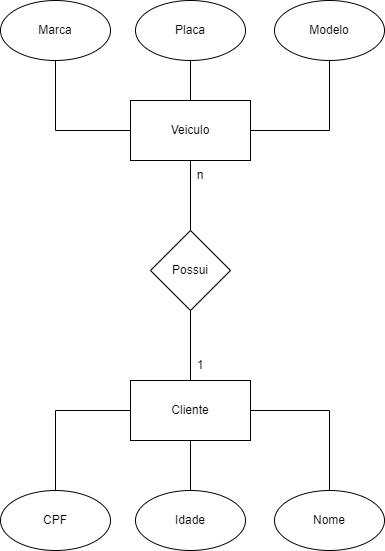
FernandinnnQ145/Segundo-Semestre-Senai keeps this draw.io diagram as sprint-Banco-De-Dados/Exercicio 1.0-1.6/Exercicio 1.2.drawio.png. Above is the earlier version. Source tidied: cells renumbered, new cells last; positions are measured from the earlier drawing's top-left corner, leaving out a move shared by most shapes.
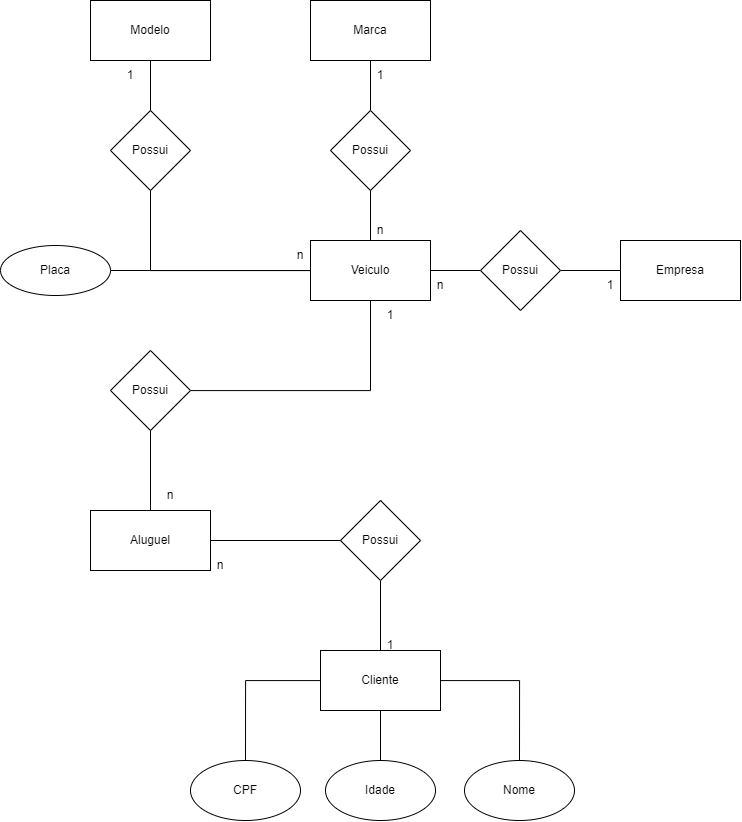
The same file after the commit.

Change to the diagram source:
```diff
@@ -2,15 +2,18 @@
   <root>
     <mxCell id="0" />
     <mxCell id="1" parent="0" />
+    <mxCell id="21" style="edgeStyle=orthogonalEdgeStyle;rounded=0;jettySize=auto;html=1;entryX=0;entryY=0.5;entryDx=0;entryDy=0;endArrow=none;endFill=0;" parent="1" edge="1" source="5" target="27">
+      <mxGeometry relative="1" as="geometry" />
+    </mxCell>
-    <mxCell id="2" style="edgeStyle=orthogonalEdgeStyle;rounded=0;jettySize=auto;html=1;entryX=0.5;entryY=1;entryDx=0;entryDy=0;endArrow=none;endFill=0;" parent="1" edge="1" source="5" target="15">
+    <mxCell id="2" style="edgeStyle=orthogonalEdgeStyle;rounded=0;jettySize=auto;html=1;entryX=1;entryY=0.5;entryDx=0;entryDy=0;endArrow=none;endFill=0;" parent="1" edge="1" source="5" target="15">
       <mxGeometry relative="1" as="geometry" />
     </mxCell>
-    <mxCell id="3" style="edgeStyle=orthogonalEdgeStyle;rounded=0;jettySize=auto;html=1;entryX=0.5;entryY=1;entryDx=0;entryDy=0;endArrow=none;endFill=0;" parent="1" edge="1" source="5" target="14">
-      <mxGeometry relative="1" as="geometry" />
-    </mxCell>
-    <mxCell id="4" style="edgeStyle=orthogonalEdgeStyle;rounded=0;jettySize=auto;html=1;entryX=0.5;entryY=1;entryDx=0;entryDy=0;endArrow=none;endFill=0;" parent="1" edge="1" source="5" target="13">
-      <mxGeometry relative="1" as="geometry" />
-    </mxCell>
+    <mxCell id="22" style="edgeStyle=orthogonalEdgeStyle;rounded=0;jettySize=auto;html=1;entryX=0.5;entryY=1;entryDx=0;entryDy=0;endArrow=none;endFill=0;" parent="1" edge="1" source="5" target="31">
+      <mxGeometry relative="1" as="geometry" />
+    </mxCell>
+    <mxCell id="23" style="edgeStyle=orthogonalEdgeStyle;rounded=0;jettySize=auto;html=1;entryX=0.5;entryY=1;entryDx=0;entryDy=0;endArrow=none;endFill=0;" parent="1" edge="1" source="5" target="29">
+      <mxGeometry relative="1" as="geometry" />
+    </mxCell>
     <mxCell id="5" value="Veiculo" style="rounded=0;whiteSpace=wrap;html=1;" parent="1" vertex="1">
       <mxGeometry x="130" y="100" width="120" height="60" as="geometry" />
     </mxCell>
@@ -23,41 +26,103 @@
     <mxCell id="8" style="edgeStyle=orthogonalEdgeStyle;rounded=0;jettySize=auto;html=1;entryX=0.5;entryY=0;entryDx=0;entryDy=0;endArrow=none;endFill=0;" parent="1" edge="1" source="10" target="16">
       <mxGeometry relative="1" as="geometry" />
     </mxCell>
-    <mxCell id="9" style="edgeStyle=orthogonalEdgeStyle;rounded=0;jettySize=auto;html=1;entryX=0.5;entryY=1;entryDx=0;entryDy=0;endArrow=none;endFill=0;" parent="1" edge="1" source="10" target="12">
-      <mxGeometry relative="1" as="geometry" />
-    </mxCell>
+    <mxCell id="24" style="edgeStyle=orthogonalEdgeStyle;rounded=0;jettySize=auto;html=1;endArrow=none;endFill=0;" parent="1" edge="1" source="10">
+      <mxGeometry relative="1" as="geometry">
+        <mxPoint x="200" y="440" as="targetPoint" />
+      </mxGeometry>
+    </mxCell>
     <mxCell id="10" value="Cliente" style="rounded=0;whiteSpace=wrap;html=1;" parent="1" vertex="1">
-      <mxGeometry x="130" y="380" width="120" height="60" as="geometry" />
+      <mxGeometry x="140" y="510" width="120" height="60" as="geometry" />
     </mxCell>
-    <mxCell id="11" style="edgeStyle=orthogonalEdgeStyle;rounded=0;jettySize=auto;html=1;entryX=0.5;entryY=1;entryDx=0;entryDy=0;endArrow=none;endFill=0;" parent="1" edge="1" source="12" target="5">
-      <mxGeometry relative="1" as="geometry" />
-    </mxCell>
-    <mxCell id="12" value="Possui" style="rhombus;whiteSpace=wrap;html=1;" parent="1" vertex="1">
-      <mxGeometry x="150" y="230" width="80" height="80" as="geometry" />
-    </mxCell>
-    <mxCell id="13" value="Marca" style="ellipse;whiteSpace=wrap;html=1;" parent="1" vertex="1">
-      <mxGeometry width="110" height="60" as="geometry" />
-    </mxCell>
-    <mxCell id="14" value="Modelo" style="ellipse;whiteSpace=wrap;html=1;" parent="1" vertex="1">
-      <mxGeometry x="274" width="110" height="60" as="geometry" />
-    </mxCell>
-    <mxCell id="15" value="Placa" style="ellipse;whiteSpace=wrap;html=1;" parent="1" vertex="1">
-      <mxGeometry x="135" width="110" height="60" as="geometry" />
-    </mxCell>
     <mxCell id="16" value="CPF" style="ellipse;whiteSpace=wrap;html=1;" parent="1" vertex="1">
-      <mxGeometry y="490" width="110" height="60" as="geometry" />
+      <mxGeometry x="10" y="620" width="110" height="60" as="geometry" />
     </mxCell>
     <mxCell id="17" value="Nome" style="ellipse;whiteSpace=wrap;html=1;" parent="1" vertex="1">
-      <mxGeometry x="274" y="490" width="110" height="60" as="geometry" />
+      <mxGeometry x="284" y="620" width="110" height="60" as="geometry" />
     </mxCell>
     <mxCell id="18" value="Idade" style="ellipse;whiteSpace=wrap;html=1;" parent="1" vertex="1">
-      <mxGeometry x="135" y="490" width="110" height="60" as="geometry" />
+      <mxGeometry x="145" y="620" width="110" height="60" as="geometry" />
     </mxCell>
     <mxCell id="19" value="1" style="text;html=1;strokeColor=none;fillColor=none;align=center;verticalAlign=middle;whiteSpace=wrap;rounded=0;" parent="1" vertex="1">
       <mxGeometry x="170" y="350" width="60" height="30" as="geometry" />
     </mxCell>
     <mxCell id="20" value="n" style="text;html=1;strokeColor=none;fillColor=none;align=center;verticalAlign=middle;whiteSpace=wrap;rounded=0;" parent="1" vertex="1">
-      <mxGeometry x="170" y="160" width="60" height="30" as="geometry" />
+      <mxGeometry x="-40" y="340" width="60" height="30" as="geometry" />
     </mxCell>
+    <mxCell id="25" style="edgeStyle=orthogonalEdgeStyle;rounded=0;jettySize=auto;html=1;endArrow=none;endFill=0;" parent="1" edge="1" source="26" target="27">
+      <mxGeometry relative="1" as="geometry" />
+    </mxCell>
+    <mxCell id="26" value="Empresa" style="rounded=0;whiteSpace=wrap;html=1;" parent="1" vertex="1">
+      <mxGeometry x="440" y="100" width="120" height="60" as="geometry" />
+    </mxCell>
+    <mxCell id="27" value="Possui" style="rhombus;whiteSpace=wrap;html=1;" parent="1" vertex="1">
+      <mxGeometry x="300" y="90" width="80" height="80" as="geometry" />
+    </mxCell>
+    <mxCell id="13" value="Marca" style="rounded=0;whiteSpace=wrap;html=1;" parent="1" vertex="1">
+      <mxGeometry x="130" y="-140" width="120" height="60" as="geometry" />
+    </mxCell>
+    <mxCell id="14" value="Modelo" style="rounded=0;whiteSpace=wrap;html=1;" parent="1" vertex="1">
+      <mxGeometry x="-90" y="-140" width="120" height="60" as="geometry" />
+    </mxCell>
+    <mxCell id="15" value="Placa" style="ellipse;whiteSpace=wrap;html=1;" parent="1" vertex="1">
+      <mxGeometry x="-180" y="105" width="110" height="50" as="geometry" />
+    </mxCell>
+    <mxCell id="28" style="edgeStyle=orthogonalEdgeStyle;rounded=0;jettySize=auto;html=1;entryX=0.5;entryY=1;entryDx=0;entryDy=0;endArrow=none;endFill=0;" parent="1" edge="1" source="29" target="14">
+      <mxGeometry relative="1" as="geometry" />
+    </mxCell>
+    <mxCell id="29" value="Possui" style="rhombus;whiteSpace=wrap;html=1;" parent="1" vertex="1">
+      <mxGeometry x="-70" y="-30" width="80" height="80" as="geometry" />
+    </mxCell>
+    <mxCell id="30" style="edgeStyle=orthogonalEdgeStyle;rounded=0;jettySize=auto;html=1;entryX=0.5;entryY=1;entryDx=0;entryDy=0;endArrow=none;endFill=0;" parent="1" edge="1" source="31" target="13">
+      <mxGeometry relative="1" as="geometry" />
+    </mxCell>
+    <mxCell id="31" value="Possui" style="rhombus;whiteSpace=wrap;html=1;" parent="1" vertex="1">
+      <mxGeometry x="150" y="-30" width="80" height="80" as="geometry" />
+    </mxCell>
+    <mxCell id="32" style="edgeStyle=orthogonalEdgeStyle;rounded=0;jettySize=auto;html=1;entryX=0.5;entryY=1;entryDx=0;entryDy=0;endArrow=none;endFill=0;" parent="1" edge="1" source="33" target="37">
+      <mxGeometry relative="1" as="geometry" />
+    </mxCell>
+    <mxCell id="33" value="Aluguel" style="rounded=0;whiteSpace=wrap;html=1;" parent="1" vertex="1">
+      <mxGeometry x="-90" y="370" width="120" height="60" as="geometry" />
+    </mxCell>
+    <mxCell id="34" style="edgeStyle=orthogonalEdgeStyle;rounded=0;jettySize=auto;html=1;entryX=1;entryY=0.5;entryDx=0;entryDy=0;endArrow=none;endFill=0;" parent="1" edge="1" source="35" target="33">
+      <mxGeometry relative="1" as="geometry" />
+    </mxCell>
+    <mxCell id="35" value="Possui" style="rhombus;whiteSpace=wrap;html=1;" parent="1" vertex="1">
+      <mxGeometry x="160" y="360" width="80" height="80" as="geometry" />
+    </mxCell>
+    <mxCell id="36" style="edgeStyle=orthogonalEdgeStyle;rounded=0;jettySize=auto;html=1;entryX=0.5;entryY=1;entryDx=0;entryDy=0;endArrow=none;endFill=0;" parent="1" edge="1" source="37" target="5">
+      <mxGeometry relative="1" as="geometry" />
+    </mxCell>
+    <mxCell id="37" value="Possui" style="rhombus;whiteSpace=wrap;html=1;" parent="1" vertex="1">
+      <mxGeometry x="-70" y="210" width="80" height="80" as="geometry" />
+    </mxCell>
+    <mxCell id="38" value="1" style="text;html=1;strokeColor=none;fillColor=none;align=center;verticalAlign=middle;whiteSpace=wrap;rounded=0;" parent="1" vertex="1">
+      <mxGeometry x="-80" y="-80" width="60" height="30" as="geometry" />
+    </mxCell>
+    <mxCell id="39" value="n" style="text;html=1;strokeColor=none;fillColor=none;align=center;verticalAlign=middle;whiteSpace=wrap;rounded=0;" parent="1" vertex="1">
+      <mxGeometry x="90" y="100" width="60" height="30" as="geometry" />
+    </mxCell>
+    <mxCell id="40" value="1" style="text;html=1;strokeColor=none;fillColor=none;align=center;verticalAlign=middle;whiteSpace=wrap;rounded=0;" parent="1" vertex="1">
+      <mxGeometry x="180" y="160" width="60" height="30" as="geometry" />
+    </mxCell>
+    <mxCell id="41" value="n" style="text;html=1;strokeColor=none;fillColor=none;align=center;verticalAlign=middle;whiteSpace=wrap;rounded=0;" parent="1" vertex="1">
+      <mxGeometry x="10" y="410" width="60" height="30" as="geometry" />
+    </mxCell>
+    <mxCell id="42" value="1" style="text;html=1;strokeColor=none;fillColor=none;align=center;verticalAlign=middle;whiteSpace=wrap;rounded=0;" parent="1" vertex="1">
+      <mxGeometry x="180" y="490" width="60" height="30" as="geometry" />
+    </mxCell>
+    <mxCell id="43" value="n" style="text;html=1;strokeColor=none;fillColor=none;align=center;verticalAlign=middle;whiteSpace=wrap;rounded=0;" parent="1" vertex="1">
+      <mxGeometry x="170" y="75" width="60" height="30" as="geometry" />
+    </mxCell>
+    <mxCell id="44" value="1" style="text;html=1;strokeColor=none;fillColor=none;align=center;verticalAlign=middle;whiteSpace=wrap;rounded=0;" parent="1" vertex="1">
+      <mxGeometry x="170" y="-80" width="60" height="30" as="geometry" />
+    </mxCell>
+    <mxCell id="45" value="1" style="text;html=1;strokeColor=none;fillColor=none;align=center;verticalAlign=middle;whiteSpace=wrap;rounded=0;" parent="1" vertex="1">
+      <mxGeometry x="400" y="130" width="60" height="30" as="geometry" />
+    </mxCell>
+    <mxCell id="46" value="n" style="text;html=1;strokeColor=none;fillColor=none;align=center;verticalAlign=middle;whiteSpace=wrap;rounded=0;" parent="1" vertex="1">
+      <mxGeometry x="230" y="130" width="60" height="30" as="geometry" />
+    </mxCell>
   </root>
 </mxGraphModel>
```
